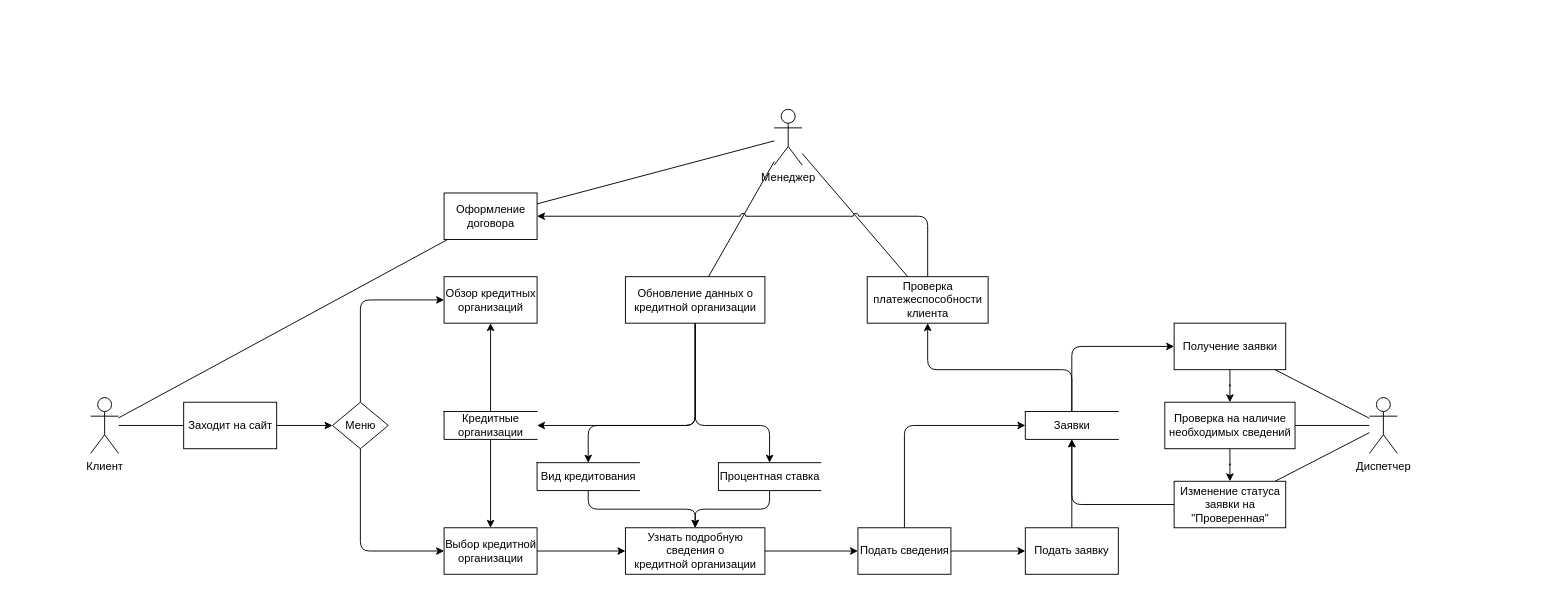
Earlier version of the draw.io diagram page "Page-2" (2 of 2) of Data Flow.drawio (sothug/Loan-applications). Source tidied: cells renumbered, new cells numbered last; positions are measured from the earlier drawing's top-left corner, leaving out a move shared by most shapes. Both pictures are drawn from the tidied source at 93%, with x=0, y=0 at pixel (90, 109).
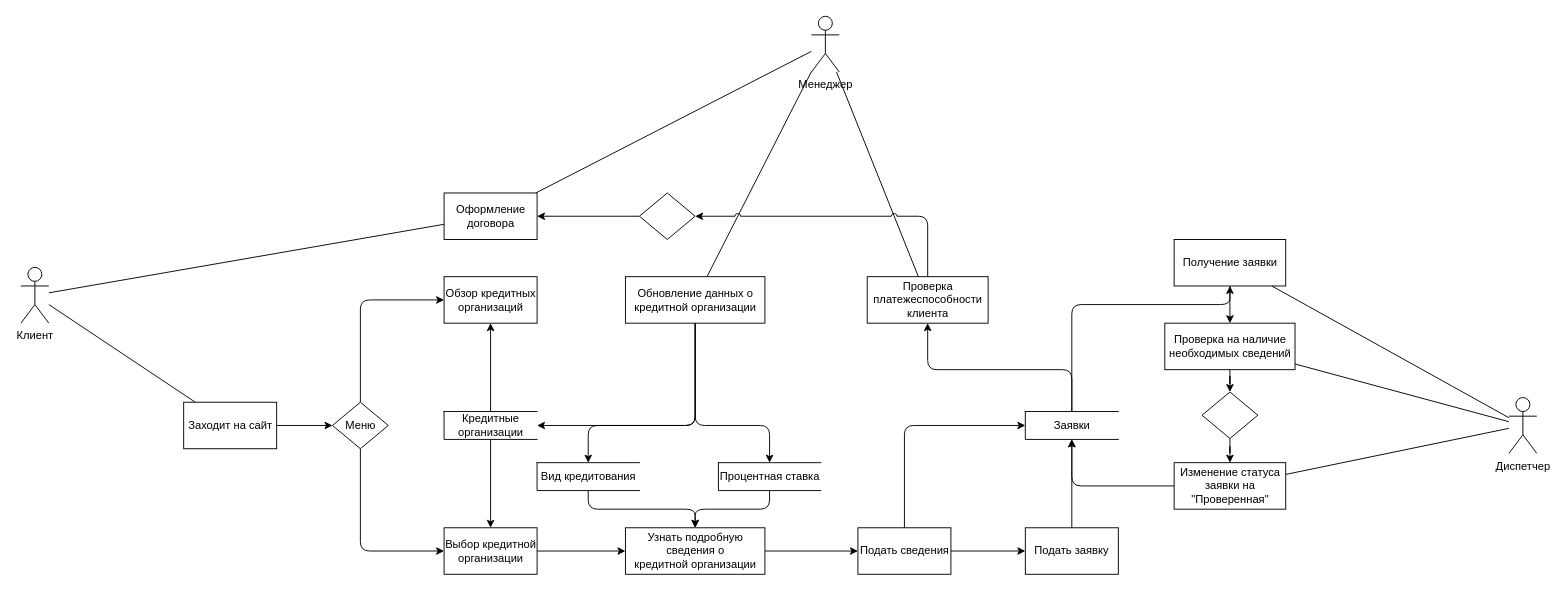
Above is the later version.

The change refers to these unchanged cells:
```xml
<mxCell id="29" value="Заявки" style="html=1;dashed=0;whitespace=wrap;shape=partialRectangle;right=0;" parent="1" vertex="1">
  <mxGeometry x="1005" y="325" width="100" height="30" as="geometry" />
</mxCell>
<mxCell id="39" value="Проверка&lt;br&gt;платежеспособности&lt;br&gt;клиента" style="html=1;dashed=0;whitespace=wrap;" parent="1" vertex="1">
  <mxGeometry x="835" y="180" width="130" height="50" as="geometry" />
</mxCell>
<mxCell id="40" value="Оформление&lt;br&gt;договора" style="html=1;dashed=0;whitespace=wrap;" parent="1" vertex="1">
  <mxGeometry x="380" y="90" width="100" height="50" as="geometry" />
</mxCell>
```

Diff of the diagram source:
```diff
@@
     <mxCell id="4" value="Клиент" style="shape=umlActor;verticalLabelPosition=bottom;verticalAlign=top;html=1;outlineConnect=0;" parent="1" vertex="1">
-      <mxGeometry y="310" width="30" height="60" as="geometry" />
+      <mxGeometry x="-75" y="170" width="30" height="60" as="geometry" />
     </mxCell>
@@
     <mxCell id="28" style="edgeStyle=orthogonalEdgeStyle;rounded=1;sketch=0;jumpStyle=arc;jettySize=auto;html=1;shadow=0;endArrow=classic;endFill=1;" parent="1" edge="1" source="29" target="46">
       <mxGeometry relative="1" as="geometry">
         <Array as="points">
-          <mxPoint x="1055" y="255" />
+          <mxPoint x="1055" y="210" />
+          <mxPoint x="1225" y="210" />
         </Array>
       </mxGeometry>
     </mxCell>
@@
     <mxCell id="33" value="Менеджер" style="shape=umlActor;verticalLabelPosition=bottom;verticalAlign=top;html=1;outlineConnect=0;" parent="1" vertex="1">
-      <mxGeometry x="735" width="30" height="60" as="geometry" />
+      <mxGeometry x="775" y="-100" width="30" height="60" as="geometry" />
     </mxCell>
@@
-    <mxCell id="38" style="edgeStyle=orthogonalEdgeStyle;rounded=1;sketch=0;jumpStyle=arc;jettySize=auto;html=1;shadow=0;endArrow=classic;endFill=1;" parent="1" edge="1" source="39" target="40">
-      <mxGeometry relative="1" as="geometry">
-        <Array as="points">
-          <mxPoint x="900" y="115" />
-        </Array>
-      </mxGeometry>
+    <mxCell id="38" style="edgeStyle=orthogonalEdgeStyle;rounded=1;sketch=0;jumpStyle=arc;jettySize=auto;html=1;shadow=0;endArrow=classic;endFill=1;startArrow=none;" parent="1" edge="1" source="51" target="40">
+      <mxGeometry relative="1" as="geometry" />
     </mxCell>
@@
     <mxCell id="44" value="Диспетчер" style="shape=umlActor;verticalLabelPosition=bottom;verticalAlign=top;html=1;outlineConnect=0;" parent="1" vertex="1">
-      <mxGeometry x="1375" y="310" width="30" height="60" as="geometry" />
+      <mxGeometry x="1525" y="310" width="30" height="60" as="geometry" />
     </mxCell>
@@
     <mxCell id="46" value="Получение заявки" style="html=1;dashed=0;whitespace=wrap;" parent="1" vertex="1">
-      <mxGeometry x="1165" y="230" width="120" height="50" as="geometry" />
+      <mxGeometry x="1165" y="140" width="120" height="50" as="geometry" />
     </mxCell>
-    <mxCell id="47" style="edgeStyle=orthogonalEdgeStyle;rounded=1;sketch=0;jumpStyle=arc;jettySize=auto;html=1;shadow=0;endArrow=classic;endFill=1;" parent="1" edge="1" source="48" target="50">
+    <mxCell id="47" style="edgeStyle=orthogonalEdgeStyle;rounded=1;sketch=0;jumpStyle=arc;jettySize=auto;html=1;shadow=0;endArrow=classic;endFill=1;startArrow=none;" parent="1" edge="1" source="53" target="50">
       <mxGeometry relative="1" as="geometry" />
     </mxCell>
     <mxCell id="48" value="Проверка на наличие&lt;br&gt;необходимых сведений" style="html=1;dashed=0;whitespace=wrap;" parent="1" vertex="1">
-      <mxGeometry x="1155" y="315" width="140" height="50" as="geometry" />
+      <mxGeometry x="1155" y="230" width="140" height="50" as="geometry" />
     </mxCell>
@@
     <mxCell id="50" value="Изменение статуса&lt;br&gt;заявки на&lt;br&gt;&quot;Проверенная&quot;" style="html=1;dashed=0;whitespace=wrap;" parent="1" vertex="1">
-      <mxGeometry x="1165" y="400" width="120" height="50" as="geometry" />
+      <mxGeometry x="1165" y="380" width="120" height="50" as="geometry" />
     </mxCell>
+    <mxCell id="51" style="shape=rhombus;html=1;dashed=0;whitespace=wrap;perimeter=rhombusPerimeter;" parent="1" vertex="1">
+      <mxGeometry x="590" y="90" width="60" height="50" as="geometry" />
+    </mxCell>
+    <mxCell id="52" style="edgeStyle=orthogonalEdgeStyle;rounded=1;sketch=0;jumpStyle=arc;jettySize=auto;html=1;shadow=0;endArrow=classic;endFill=1;" parent="1" edge="1" source="39" target="51">
+      <mxGeometry relative="1" as="geometry">
+        <Array as="points">
+          <mxPoint x="900" y="115" />
+        </Array>
+      </mxGeometry>
+    </mxCell>
+    <mxCell id="53" style="shape=rhombus;html=1;dashed=0;whitespace=wrap;perimeter=rhombusPerimeter;" parent="1" vertex="1">
+      <mxGeometry x="1195" y="304" width="60" height="50" as="geometry" />
+    </mxCell>
+    <mxCell id="54" style="edgeStyle=orthogonalEdgeStyle;rounded=1;sketch=0;jumpStyle=arc;jettySize=auto;html=1;shadow=0;endArrow=classic;endFill=1;" parent="1" edge="1" source="48" target="53">
+      <mxGeometry relative="1" as="geometry" />
+    </mxCell>
```
